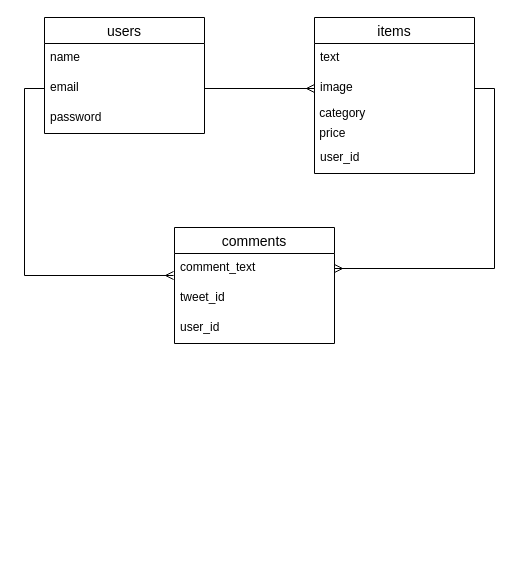
Before: test.dio in Yoshikatsu-Ka/furima-34329, a draw.io diagram. Source tidied: cells renumbered, new cells numbered last; positions are measured from the earlier drawing's top-left corner, leaving out a move shared by most shapes. Both pictures are drawn from the tidied source at 100%, with x=0, y=0 at pixel (44, 17).
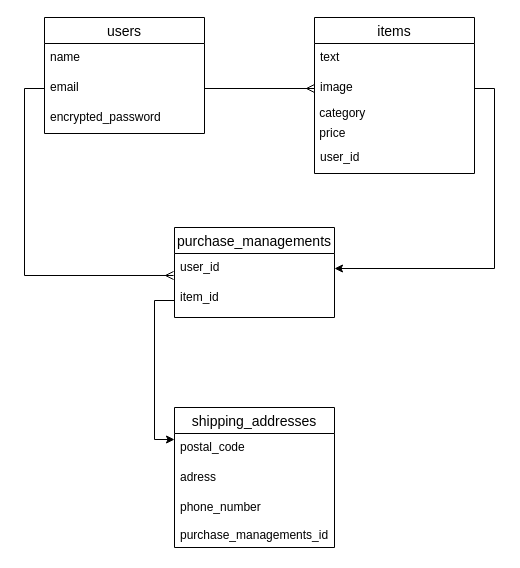
Above is the later version.

Commit message (it also covers changes not shown here):
データベースの修正（1回目）

Unchanged cells that the change refers to:
```xml
<mxCell id="2" value="users" style="swimlane;fontStyle=0;horizontal=1;startSize=26;align=center;fontSize=14;" parent="1" vertex="1">
  <mxGeometry width="160" height="116" as="geometry" />
</mxCell>
<mxCell id="8" value="image" style="text;strokeColor=none;fillColor=none;spacingLeft=4;spacingRight=4;overflow=hidden;points=[[0,0.5],[1,0.5]];portConstraint=eastwest;fontSize=12;" parent="6" vertex="1">
  <mxGeometry y="56" width="160" height="30" as="geometry" />
</mxCell>
```

The edit, as a diff of the source:
```diff
@@
-    <mxCell id="5" value="password" style="text;strokeColor=none;fillColor=none;spacingLeft=4;spacingRight=4;overflow=hidden;fontSize=12;" parent="2" vertex="1">
+    <mxCell id="5" value="encrypted_password" style="text;strokeColor=none;fillColor=none;spacingLeft=4;spacingRight=4;overflow=hidden;fontSize=12;" parent="2" vertex="1">
       <mxGeometry y="86" width="160" height="30" as="geometry" />
     </mxCell>
@@
-    <mxCell id="12" value="comments" style="swimlane;fontStyle=0;horizontal=1;startSize=26;align=center;fontSize=14;" parent="1" vertex="1">
-      <mxGeometry x="130" y="210" width="160" height="116" as="geometry" />
+    <mxCell id="12" value="purchase_managements" style="swimlane;fontStyle=0;horizontal=1;startSize=26;align=center;fontSize=14;" parent="1" vertex="1">
+      <mxGeometry x="130" y="210" width="160" height="90" as="geometry" />
     </mxCell>
-    <mxCell id="13" value="comment_text" style="text;strokeColor=none;fillColor=none;spacingLeft=4;spacingRight=4;overflow=hidden;points=[[0,0.5],[1,0.5]];portConstraint=eastwest;fontSize=12;" parent="12" vertex="1">
+    <mxCell id="13" value="user_id" style="text;strokeColor=none;fillColor=none;spacingLeft=4;spacingRight=4;overflow=hidden;points=[[0,0.5],[1,0.5]];portConstraint=eastwest;fontSize=12;" parent="12" vertex="1">
       <mxGeometry y="26" width="160" height="30" as="geometry" />
     </mxCell>
-    <mxCell id="14" value="tweet_id" style="text;strokeColor=none;fillColor=none;spacingLeft=4;spacingRight=4;overflow=hidden;points=[[0,0.5],[1,0.5]];portConstraint=eastwest;fontSize=12;" parent="12" vertex="1">
-      <mxGeometry y="56" width="160" height="30" as="geometry" />
+    <mxCell id="14" value="item_id&#10;&#10;&#10;" style="text;strokeColor=none;fillColor=none;spacingLeft=4;spacingRight=4;overflow=hidden;points=[[0,0.5],[1,0.5]];portConstraint=eastwest;fontSize=12;" parent="12" vertex="1">
+      <mxGeometry y="56" width="160" height="34" as="geometry" />
     </mxCell>
-    <mxCell id="15" value="user_id&#10;" style="text;strokeColor=none;fillColor=none;spacingLeft=4;spacingRight=4;overflow=hidden;fontSize=12;" parent="12" vertex="1">
-      <mxGeometry y="86" width="160" height="30" as="geometry" />
-    </mxCell>
@@
-    <mxCell id="17" style="edgeStyle=orthogonalEdgeStyle;rounded=0;jettySize=auto;html=1;exitX=1;exitY=0.5;exitDx=0;exitDy=0;endArrow=ERmany;endFill=0;" parent="1" edge="1" source="8" target="13">
+    <mxCell id="17" style="edgeStyle=orthogonalEdgeStyle;rounded=0;jettySize=auto;html=1;exitX=1;exitY=0.5;exitDx=0;exitDy=0;endArrow=classic;endFill=1;" parent="1" edge="1" source="8" target="13">
       <mxGeometry relative="1" as="geometry" />
     </mxCell>
@@
+    <mxCell id="19" value="shipping_addresses" style="swimlane;fontStyle=0;horizontal=1;startSize=26;align=center;fontSize=14;" parent="1" vertex="1">
+      <mxGeometry x="130" y="390" width="160" height="140" as="geometry" />
+    </mxCell>
+    <mxCell id="20" value="postal_code" style="text;strokeColor=none;fillColor=none;spacingLeft=4;spacingRight=4;overflow=hidden;points=[[0,0.5],[1,0.5]];portConstraint=eastwest;fontSize=12;" parent="19" vertex="1">
+      <mxGeometry y="26" width="160" height="30" as="geometry" />
+    </mxCell>
+    <mxCell id="21" value="adress" style="text;strokeColor=none;fillColor=none;spacingLeft=4;spacingRight=4;overflow=hidden;fontSize=12;" parent="19" vertex="1">
+      <mxGeometry y="56" width="160" height="30" as="geometry" />
+    </mxCell>
+    <mxCell id="22" value="phone_number&#10;&#10;purchase_managements_id" style="text;strokeColor=none;fillColor=none;spacingLeft=4;spacingRight=4;overflow=hidden;fontSize=12;" parent="19" vertex="1">
+      <mxGeometry y="86" width="160" height="54" as="geometry" />
+    </mxCell>
+    <mxCell id="23" style="edgeStyle=orthogonalEdgeStyle;rounded=0;jettySize=auto;html=1;exitX=0;exitY=0.5;exitDx=0;exitDy=0;entryX=0;entryY=0.2;entryDx=0;entryDy=0;entryPerimeter=0;endArrow=classic;endFill=1;" parent="1" edge="1" source="14" target="20">
+      <mxGeometry relative="1" as="geometry" />
+    </mxCell>
```
